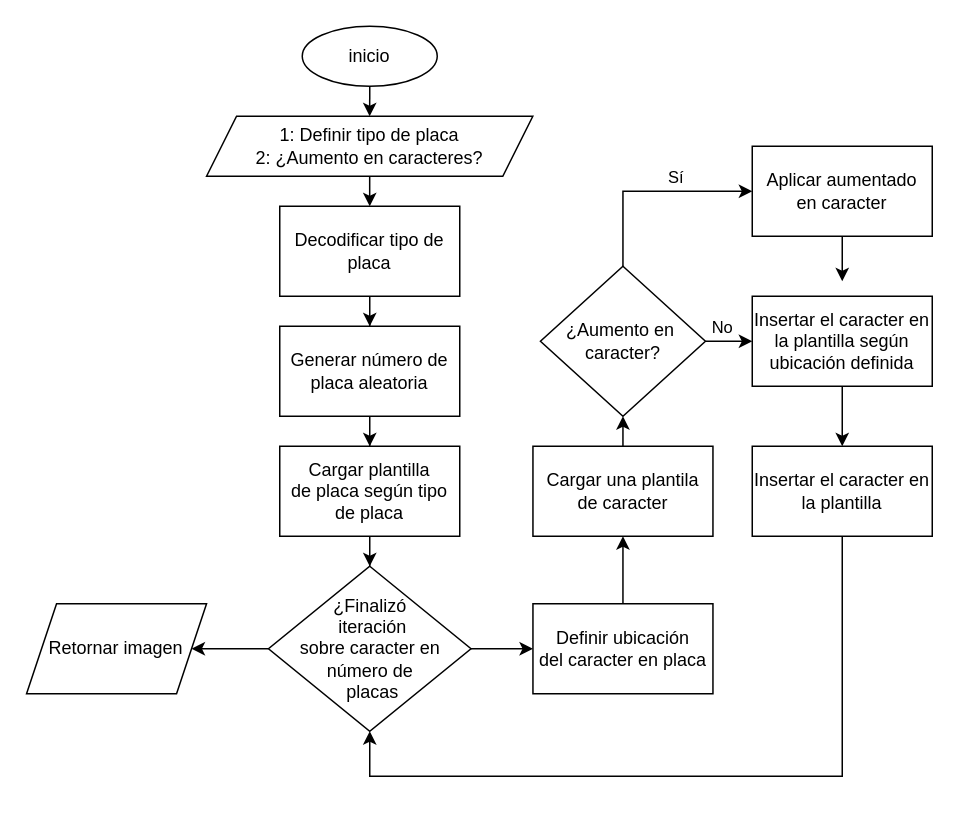
This is doc/cap1/dibujos/generacion-de-imagen-sintetica.drawio from jcorea510/TFG-ANPR, a draw.io file, before an edit. Source tidied: cells renumbered, new cells numbered last; positions are measured from the earlier drawing's top-left corner, leaving out a move shared by most shapes. Both pictures are drawn from the tidied source at 150%, with x=0, y=0 at pixel (26, 26).
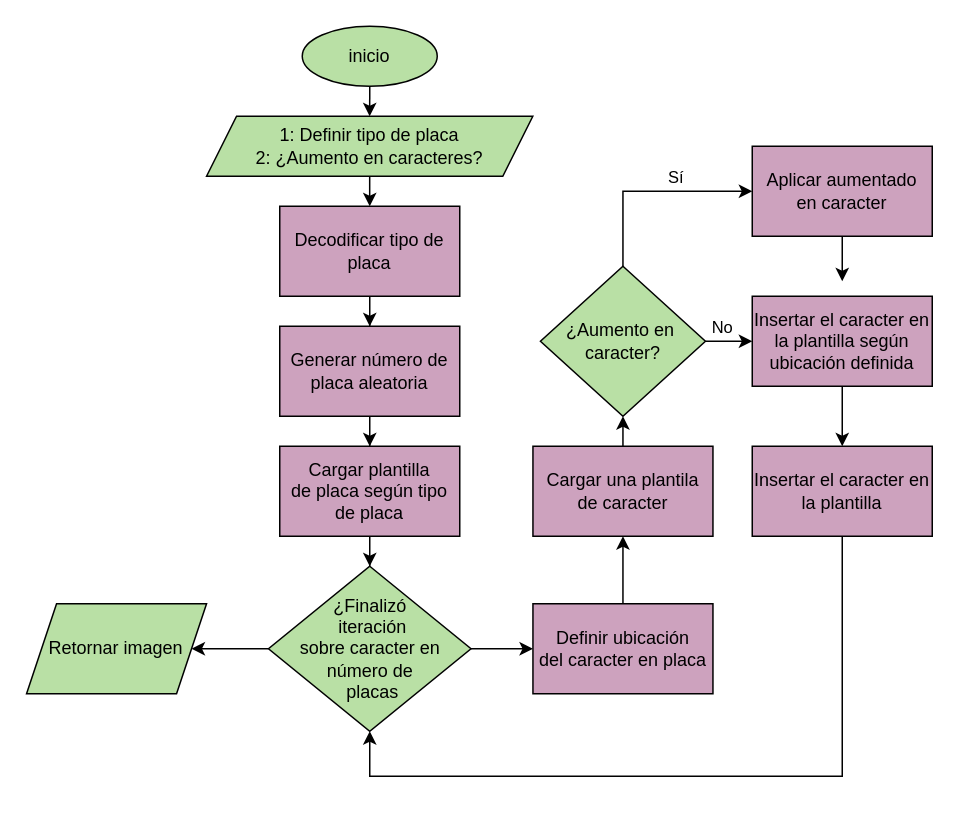
Above is the later version.

Change to the diagram source:
```diff
@@
-    <mxCell id="2" style="edgeStyle=orthogonalEdgeStyle;rounded=0;jettySize=auto;html=1;exitX=0.5;exitY=1;exitDx=0;exitDy=0;entryX=0.5;entryY=0;entryDx=0;entryDy=0;" parent="1" edge="1" source="3" target="7">
+    <mxCell id="2" style="edgeStyle=orthogonalEdgeStyle;rounded=0;jettySize=auto;html=1;exitX=0.5;exitY=1;exitDx=0;exitDy=0;entryX=0.5;entryY=0;entryDx=0;entryDy=0;fontColor=#000000;" parent="1" edge="1" source="3" target="7">
       <mxGeometry relative="1" as="geometry" />
     </mxCell>
-    <mxCell id="3" value="inicio" style="ellipse;whiteSpace=wrap;html=1;" parent="1" vertex="1">
+    <mxCell id="3" value="inicio" style="ellipse;whiteSpace=wrap;html=1;fontColor=#000000;fillColor=#B9E0A5;strokeColor=#000000;" parent="1" vertex="1">
       <mxGeometry x="184" width="90" height="40" as="geometry" />
     </mxCell>
-    <mxCell id="4" style="edgeStyle=orthogonalEdgeStyle;rounded=0;jettySize=auto;html=1;entryX=0.5;entryY=0;entryDx=0;entryDy=0;" parent="1" edge="1" source="5" target="9">
+    <mxCell id="4" style="edgeStyle=orthogonalEdgeStyle;rounded=0;jettySize=auto;html=1;entryX=0.5;entryY=0;entryDx=0;entryDy=0;fontColor=#000000;" parent="1" edge="1" source="5" target="9">
       <mxGeometry relative="1" as="geometry" />
     </mxCell>
-    <mxCell id="5" value="Decodificar tipo de placa" style="rounded=0;whiteSpace=wrap;html=1;" parent="1" vertex="1">
+    <mxCell id="5" value="Decodificar tipo de placa" style="rounded=0;whiteSpace=wrap;html=1;fontColor=#000000;fillColor=#CDA2BE;strokeColor=#000000;" parent="1" vertex="1">
       <mxGeometry x="169" y="120" width="120" height="60" as="geometry" />
     </mxCell>
-    <mxCell id="6" style="edgeStyle=orthogonalEdgeStyle;rounded=0;jettySize=auto;html=1;exitX=0.5;exitY=1;exitDx=0;exitDy=0;entryX=0.5;entryY=0;entryDx=0;entryDy=0;" parent="1" edge="1" source="7" target="5">
+    <mxCell id="6" style="edgeStyle=orthogonalEdgeStyle;rounded=0;jettySize=auto;html=1;exitX=0.5;exitY=1;exitDx=0;exitDy=0;entryX=0.5;entryY=0;entryDx=0;entryDy=0;fontColor=#000000;" parent="1" edge="1" source="7" target="5">
       <mxGeometry relative="1" as="geometry" />
     </mxCell>
-    <mxCell id="7" value="1: Definir tipo de placa&lt;div&gt;2: ¿Aumento en caracteres?&lt;/div&gt;" style="shape=parallelogram;perimeter=parallelogramPerimeter;whiteSpace=wrap;html=1;fixedSize=1;" parent="1" vertex="1">
+    <mxCell id="7" value="1: Definir tipo de placa&lt;div&gt;2: ¿Aumento en caracteres?&lt;/div&gt;" style="shape=parallelogram;perimeter=parallelogramPerimeter;whiteSpace=wrap;html=1;fixedSize=1;fontColor=#000000;fillColor=#B9E0A5;strokeColor=#000000;" parent="1" vertex="1">
       <mxGeometry x="120.2" y="60" width="217.5" height="40" as="geometry" />
     </mxCell>
-    <mxCell id="8" style="edgeStyle=orthogonalEdgeStyle;rounded=0;jettySize=auto;html=1;entryX=0.5;entryY=0;entryDx=0;entryDy=0;" parent="1" edge="1" source="9" target="18">
+    <mxCell id="8" style="edgeStyle=orthogonalEdgeStyle;rounded=0;jettySize=auto;html=1;entryX=0.5;entryY=0;entryDx=0;entryDy=0;fontColor=#000000;" parent="1" edge="1" source="9" target="18">
       <mxGeometry relative="1" as="geometry" />
     </mxCell>
-    <mxCell id="9" value="Generar número de placa aleatoria" style="rounded=0;whiteSpace=wrap;html=1;" parent="1" vertex="1">
+    <mxCell id="9" value="Generar número de placa aleatoria" style="rounded=0;whiteSpace=wrap;html=1;fontColor=#000000;fillColor=#CDA2BE;strokeColor=#000000;" parent="1" vertex="1">
       <mxGeometry x="169" y="200" width="120" height="60" as="geometry" />
     </mxCell>
-    <mxCell id="10" style="edgeStyle=orthogonalEdgeStyle;rounded=0;jettySize=auto;html=1;entryX=0;entryY=0.5;entryDx=0;entryDy=0;" parent="1" edge="1" source="12" target="14">
+    <mxCell id="10" style="edgeStyle=orthogonalEdgeStyle;rounded=0;jettySize=auto;html=1;entryX=0;entryY=0.5;entryDx=0;entryDy=0;fontColor=#000000;" parent="1" edge="1" source="12" target="14">
       <mxGeometry relative="1" as="geometry" />
     </mxCell>
-    <mxCell id="11" style="edgeStyle=orthogonalEdgeStyle;rounded=0;jettySize=auto;html=1;entryX=1;entryY=0.5;entryDx=0;entryDy=0;" parent="1" edge="1" source="12" target="30">
+    <mxCell id="11" style="edgeStyle=orthogonalEdgeStyle;rounded=0;jettySize=auto;html=1;entryX=1;entryY=0.5;entryDx=0;entryDy=0;fontColor=#000000;" parent="1" edge="1" source="12" target="30">
       <mxGeometry relative="1" as="geometry" />
     </mxCell>
-    <mxCell id="12" value="¿Finalizó&lt;div&gt;&amp;nbsp;iteración&lt;div&gt;&amp;nbsp;sobre caracter en&amp;nbsp;&lt;/div&gt;&lt;div&gt;número de&lt;/div&gt;&lt;div&gt;&amp;nbsp;placas&lt;/div&gt;&lt;/div&gt;" style="rhombus;whiteSpace=wrap;html=1;" parent="1" vertex="1">
+    <mxCell id="12" value="¿Finalizó&lt;div&gt;&amp;nbsp;iteración&lt;div&gt;&amp;nbsp;sobre caracter en&amp;nbsp;&lt;/div&gt;&lt;div&gt;número de&lt;/div&gt;&lt;div&gt;&amp;nbsp;placas&lt;/div&gt;&lt;/div&gt;" style="rhombus;whiteSpace=wrap;html=1;fontColor=#000000;fillColor=#B9E0A5;strokeColor=#000000;" parent="1" vertex="1">
       <mxGeometry x="161.5" y="360" width="135" height="110" as="geometry" />
     </mxCell>
-    <mxCell id="13" style="edgeStyle=orthogonalEdgeStyle;rounded=0;jettySize=auto;html=1;entryX=0.5;entryY=1;entryDx=0;entryDy=0;" parent="1" edge="1" source="14" target="16">
+    <mxCell id="13" style="edgeStyle=orthogonalEdgeStyle;rounded=0;jettySize=auto;html=1;entryX=0.5;entryY=1;entryDx=0;entryDy=0;fontColor=#000000;" parent="1" edge="1" source="14" target="16">
       <mxGeometry relative="1" as="geometry" />
     </mxCell>
-    <mxCell id="14" value="Definir ubicación&lt;div&gt;del caracter en placa&lt;/div&gt;" style="rounded=0;whiteSpace=wrap;html=1;" parent="1" vertex="1">
+    <mxCell id="14" value="Definir ubicación&lt;div&gt;del caracter en placa&lt;/div&gt;" style="rounded=0;whiteSpace=wrap;html=1;fontColor=#000000;fillColor=#CDA2BE;strokeColor=#000000;" parent="1" vertex="1">
       <mxGeometry x="337.8" y="385" width="120" height="60" as="geometry" />
     </mxCell>
-    <mxCell id="15" style="edgeStyle=orthogonalEdgeStyle;rounded=0;jettySize=auto;html=1;exitX=0.5;exitY=0;exitDx=0;exitDy=0;entryX=0.5;entryY=1;entryDx=0;entryDy=0;" parent="1" edge="1" source="16" target="25">
+    <mxCell id="15" style="edgeStyle=orthogonalEdgeStyle;rounded=0;jettySize=auto;html=1;exitX=0.5;exitY=0;exitDx=0;exitDy=0;entryX=0.5;entryY=1;entryDx=0;entryDy=0;fontColor=#000000;" parent="1" edge="1" source="16" target="25">
       <mxGeometry relative="1" as="geometry" />
     </mxCell>
-    <mxCell id="16" value="Cargar una plantila&lt;div&gt;de caracter&lt;/div&gt;" style="rounded=0;whiteSpace=wrap;html=1;" parent="1" vertex="1">
+    <mxCell id="16" value="Cargar una plantila&lt;div&gt;de caracter&lt;/div&gt;" style="rounded=0;whiteSpace=wrap;html=1;fontColor=#000000;fillColor=#CDA2BE;strokeColor=#000000;" parent="1" vertex="1">
       <mxGeometry x="337.8" y="280" width="120" height="60" as="geometry" />
     </mxCell>
-    <mxCell id="17" style="edgeStyle=orthogonalEdgeStyle;rounded=0;jettySize=auto;html=1;entryX=0.5;entryY=0;entryDx=0;entryDy=0;" parent="1" edge="1" source="18" target="12">
+    <mxCell id="17" style="edgeStyle=orthogonalEdgeStyle;rounded=0;jettySize=auto;html=1;entryX=0.5;entryY=0;entryDx=0;entryDy=0;fontColor=#000000;" parent="1" edge="1" source="18" target="12">
       <mxGeometry relative="1" as="geometry" />
     </mxCell>
-    <mxCell id="18" value="Cargar plantilla&lt;div&gt;de placa según tipo&lt;/div&gt;&lt;div&gt;de placa&lt;/div&gt;" style="rounded=0;whiteSpace=wrap;html=1;" parent="1" vertex="1">
+    <mxCell id="18" value="Cargar plantilla&lt;div&gt;de placa según tipo&lt;/div&gt;&lt;div&gt;de placa&lt;/div&gt;" style="rounded=0;whiteSpace=wrap;html=1;fontColor=#000000;fillColor=#CDA2BE;strokeColor=#000000;" parent="1" vertex="1">
       <mxGeometry x="169" y="280" width="120" height="60" as="geometry" />
     </mxCell>
-    <mxCell id="19" style="edgeStyle=orthogonalEdgeStyle;rounded=0;jettySize=auto;html=1;entryX=0.5;entryY=0;entryDx=0;entryDy=0;" parent="1" edge="1" source="20" target="29">
+    <mxCell id="19" style="edgeStyle=orthogonalEdgeStyle;rounded=0;jettySize=auto;html=1;entryX=0.5;entryY=0;entryDx=0;entryDy=0;fontColor=#000000;" parent="1" edge="1" source="20" target="29">
       <mxGeometry relative="1" as="geometry" />
     </mxCell>
-    <mxCell id="20" value="Insertar el caracter en la plantilla según ubicación definida" style="rounded=0;whiteSpace=wrap;html=1;" parent="1" vertex="1">
+    <mxCell id="20" value="Insertar el caracter en la plantilla según ubicación definida" style="rounded=0;whiteSpace=wrap;html=1;fontColor=#000000;fillColor=#CDA2BE;strokeColor=#000000;" parent="1" vertex="1">
       <mxGeometry x="484" y="180" width="120" height="60" as="geometry" />
     </mxCell>
-    <mxCell id="21" style="edgeStyle=orthogonalEdgeStyle;rounded=0;jettySize=auto;html=1;entryX=0;entryY=0.5;entryDx=0;entryDy=0;exitX=0.5;exitY=0;exitDx=0;exitDy=0;" parent="1" edge="1" source="25" target="27">
+    <mxCell id="21" style="edgeStyle=orthogonalEdgeStyle;rounded=0;jettySize=auto;html=1;entryX=0;entryY=0.5;entryDx=0;entryDy=0;exitX=0.5;exitY=0;exitDx=0;exitDy=0;fontColor=#000000;" parent="1" edge="1" source="25" target="27">
       <mxGeometry relative="1" as="geometry" />
     </mxCell>
-    <mxCell id="22" value="Sí" style="edgeLabel;html=1;align=center;verticalAlign=middle;" parent="21" vertex="1">
+    <mxCell id="22" value="Sí" style="edgeLabel;html=1;align=center;verticalAlign=middle;fontColor=#000000;" parent="21" vertex="1">
       <mxGeometry x="0.25" y="-1" relative="1" as="geometry">
         <mxPoint y="-11" as="offset" />
       </mxGeometry>
     </mxCell>
-    <mxCell id="23" style="edgeStyle=orthogonalEdgeStyle;rounded=0;jettySize=auto;html=1;entryX=0;entryY=0.5;entryDx=0;entryDy=0;" parent="1" edge="1" source="25" target="20">
+    <mxCell id="23" style="edgeStyle=orthogonalEdgeStyle;rounded=0;jettySize=auto;html=1;entryX=0;entryY=0.5;entryDx=0;entryDy=0;fontColor=#000000;" parent="1" edge="1" source="25" target="20">
       <mxGeometry relative="1" as="geometry" />
     </mxCell>
-    <mxCell id="24" value="No" style="edgeLabel;html=1;align=center;verticalAlign=middle;" parent="23" vertex="1">
+    <mxCell id="24" value="No" style="edgeLabel;html=1;align=center;verticalAlign=middle;fontColor=#000000;" parent="23" vertex="1">
       <mxGeometry x="-0.63" y="-1" relative="1" as="geometry">
         <mxPoint x="2" y="-11" as="offset" />
       </mxGeometry>
     </mxCell>
-    <mxCell id="25" value="¿Aumento en&amp;nbsp;&lt;div&gt;caracter?&lt;/div&gt;" style="rhombus;whiteSpace=wrap;html=1;" parent="1" vertex="1">
+    <mxCell id="25" value="¿Aumento en&amp;nbsp;&lt;div&gt;caracter?&lt;/div&gt;" style="rhombus;whiteSpace=wrap;html=1;fontColor=#000000;fillColor=#B9E0A5;strokeColor=#000000;" parent="1" vertex="1">
       <mxGeometry x="342.8" y="160" width="110" height="100" as="geometry" />
     </mxCell>
-    <mxCell id="26" style="edgeStyle=orthogonalEdgeStyle;rounded=0;jettySize=auto;html=1;" parent="1" edge="1" source="27">
+    <mxCell id="26" style="edgeStyle=orthogonalEdgeStyle;rounded=0;jettySize=auto;html=1;fontColor=#000000;" parent="1" edge="1" source="27">
       <mxGeometry relative="1" as="geometry">
         <mxPoint x="544" y="170" as="targetPoint" />
       </mxGeometry>
     </mxCell>
-    <mxCell id="27" value="Aplicar aumentado&lt;div&gt;en caracter&lt;/div&gt;" style="rounded=0;whiteSpace=wrap;html=1;" parent="1" vertex="1">
+    <mxCell id="27" value="Aplicar aumentado&lt;div&gt;en caracter&lt;/div&gt;" style="rounded=0;whiteSpace=wrap;html=1;fontColor=#000000;fillColor=#CDA2BE;strokeColor=#000000;" parent="1" vertex="1">
       <mxGeometry x="484" y="80" width="120" height="60" as="geometry" />
     </mxCell>
-    <mxCell id="28" style="edgeStyle=orthogonalEdgeStyle;rounded=0;jettySize=auto;html=1;entryX=0.5;entryY=1;entryDx=0;entryDy=0;" parent="1" edge="1" source="29" target="12">
+    <mxCell id="28" style="edgeStyle=orthogonalEdgeStyle;rounded=0;jettySize=auto;html=1;entryX=0.5;entryY=1;entryDx=0;entryDy=0;fontColor=#000000;" parent="1" edge="1" source="29" target="12">
       <mxGeometry relative="1" as="geometry">
         <Array as="points">
           <mxPoint x="544" y="500" />
           <mxPoint x="229" y="500" />
         </Array>
       </mxGeometry>
     </mxCell>
-    <mxCell id="29" value="Insertar el caracter en la plantilla" style="rounded=0;whiteSpace=wrap;html=1;" parent="1" vertex="1">
+    <mxCell id="29" value="Insertar el caracter en la plantilla" style="rounded=0;whiteSpace=wrap;html=1;fontColor=#000000;fillColor=#CDA2BE;strokeColor=#000000;" parent="1" vertex="1">
       <mxGeometry x="484" y="280" width="120" height="60" as="geometry" />
     </mxCell>
-    <mxCell id="30" value="Retornar imagen" style="shape=parallelogram;perimeter=parallelogramPerimeter;whiteSpace=wrap;html=1;fixedSize=1;" parent="1" vertex="1">
+    <mxCell id="30" value="Retornar imagen" style="shape=parallelogram;perimeter=parallelogramPerimeter;whiteSpace=wrap;html=1;fixedSize=1;fontColor=#000000;fillColor=#B9E0A5;strokeColor=#000000;" parent="1" vertex="1">
       <mxGeometry x="0.2" y="385" width="120" height="60" as="geometry" />
     </mxCell>
```
